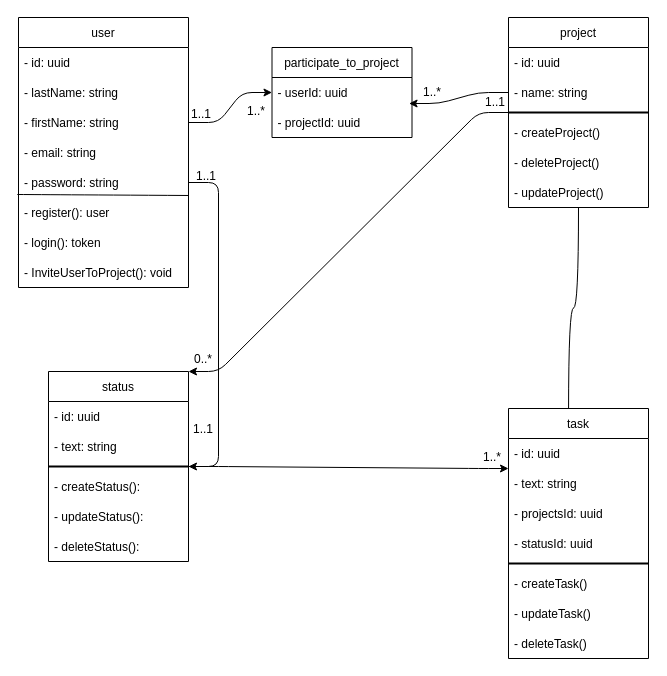
Before: uml.dio in devalade/api-solotask, a draw.io diagram. Source tidied: cells renumbered, new cells numbered last; positions are measured from the earlier drawing's top-left corner, leaving out a move shared by most shapes. Both pictures are drawn from the tidied source at 100%, with x=0, y=0 at pixel (18, 17).
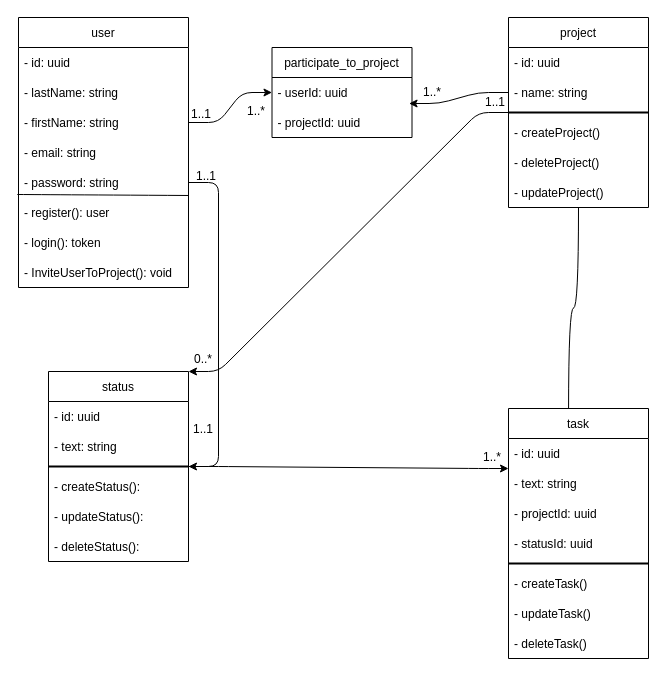
The same page after the edit.

Unchanged cells that the change refers to:
```xml
<mxCell id="27" value="task" style="swimlane;fontStyle=0;horizontal=1;startSize=30;swimlaneFillColor=default;" parent="1" vertex="1">
  <mxGeometry x="490" y="391" width="140" height="250" as="geometry" />
</mxCell>
```

Diff of the diagram source:
```diff
@@
-    <mxCell id="30" value="- projectsId: uuid" style="text;strokeColor=none;fillColor=none;align=left;verticalAlign=middle;spacingLeft=4;spacingRight=4;overflow=hidden;" parent="27" vertex="1">
+    <mxCell id="30" value="- projectId: uuid" style="text;strokeColor=none;fillColor=none;align=left;verticalAlign=middle;spacingLeft=4;spacingRight=4;overflow=hidden;" parent="27" vertex="1">
       <mxGeometry y="90" width="140" height="30" as="geometry" />
     </mxCell>
```
